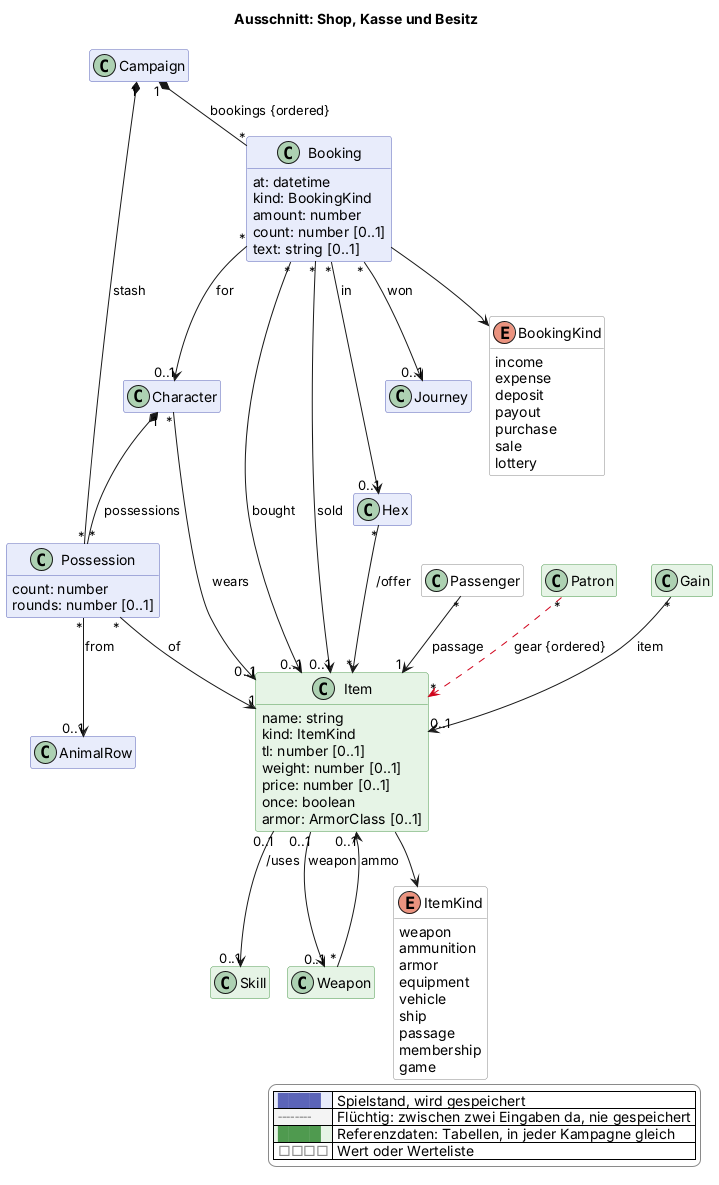
This is docs/views/shop.png from scuzzar/SRE, a PlantUML export, as it was before one commit. The source it was exported from:
```plantuml
@startuml
!if %not(%variable_exists("$change"))
!$change = "*"
!endif
!function $marked($c)
!return $change == "*" || $change == $c
!endfunction
!function $new($c, $t)
!if $marked($c)
!return "<color:#d0021b><b>" + $t + "</b></color>"
!endif
!return $t
!endfunction
!procedure $gone($c, $t)
!if $marked($c)
<color:#d0021b><s>$t</s></color>
!endif
!endprocedure
!function $newClass($c)
!if $marked($c)
!return "#line:d0021b;line.bold"
!endif
!return ""
!endfunction
!function $newArrow($c)
!if $marked($c)
!return "[#d0021b,bold]"
!endif
!return ""
!endfunction
!function $goneArrow($c)
!if $marked($c)
!return "[#d0021b,dashed]"
!endif
!return ""
!endfunction
!pragma layout smetana
title Ausschnitt: Shop, Kasse und Besitz
hide empty members
hide methods
skinparam classAttributeIconSize 0
skinparam shadowing false
skinparam packageStyle rectangle
skinparam class {
  BackgroundColor #e8ecfb
  BorderColor #5b64b8
  BackgroundColor<<transient>> #f4f4f4
  BorderColor<<transient>> #8a8a8a
  BackgroundColor<<reference>> #e6f4e6
  BorderColor<<reference>> #4f9a4f
  BackgroundColor<<value>> #ffffff
  BorderColor<<value>> #8a8a8a
}
skinparam legendBackgroundColor #ffffff
skinparam legendBorderColor #8a8a8a
<style>
classDiagram {
  class {
    .transient {
      LineStyle 5-3
    }
  }
}
</style>
hide <<transient>> stereotype
hide <<reference>> stereotype
hide <<value>> stereotype

  class Campaign $kampagne
  class Booking $shop {
    at: datetime
    kind: BookingKind
    amount: number
    count: number [0..1]
    text: string [0..1]
  }
  enum BookingKind <<value>> $shop {
    income
    expense
    deposit
    payout
    purchase
    sale
    lottery
  }
  class Character $charakter
  class Possession $shop {
    count: number
    rounds: number [0..1]
  }


  class Hex $sektor


  class Journey $reise
  class Passenger <<value>> $reise

  class Patron <<reference>> $begegnung
  class AnimalRow $begegnung

  class Skill <<reference>> $charakter
  class Gain <<reference>> $erschaffung
  class Item <<reference>> $shop {
    name: string
    kind: ItemKind
    tl: number [0..1]
    weight: number [0..1]
    price: number [0..1]
    once: boolean
    armor: ArmorClass [0..1]
  }
  class Weapon <<reference>> $kampf
  enum ItemKind <<value>> $shop {
    weapon
    ammunition
    armor
    equipment
    vehicle
    ship
    passage
    membership
    game
  }

Campaign "1" *-- "*" Booking : bookings {ordered}
Booking "*" --> "0..1" Character : for
Booking "*" --> "0..1" Item : bought
Booking "*" --> "0..1" Item : sold
Booking "*" --> "0..1" Hex : in
Booking --> BookingKind

Passenger "*" --> "1" Item : passage
Booking "*" --> "0..1" Journey : won


Gain "*" --> "0..1" Item : item


Character "1" *-- "*" Possession : possessions
Campaign "1" *-- "*" Possession : stash
Possession "*" --> "1" Item : of
Item --> ItemKind
Item "0..1" --> "0..1" Skill : /uses
Item "0..1" --> "0..1" Weapon : weapon

Weapon "*" --> "0..1" Item : ammo
Hex "*" --> "*" Item : /offer

Patron "*" -$goneArrow("2026-11-14b")-> "*" Item : gear {ordered}
Possession "*" --> "0..1" AnimalRow : from



Character "*" --> "0..1" Item : wears



legend right
  |<#e8ecfb> <color:#5b64b8>████</color> | Spielstand, wird gespeichert |
  |<#f4f4f4> <color:#8a8a8a>╌╌╌╌</color> | Flüchtig: zwischen zwei Eingaben da, nie gespeichert |
  |<#e6f4e6> <color:#4f9a4f>████</color> | Referenzdaten: Tabellen, in jeder Kampagne gleich |
  |<#ffffff> <color:#8a8a8a>□□□□</color> | Wert oder Werteliste |
endlegend
@enduml
```
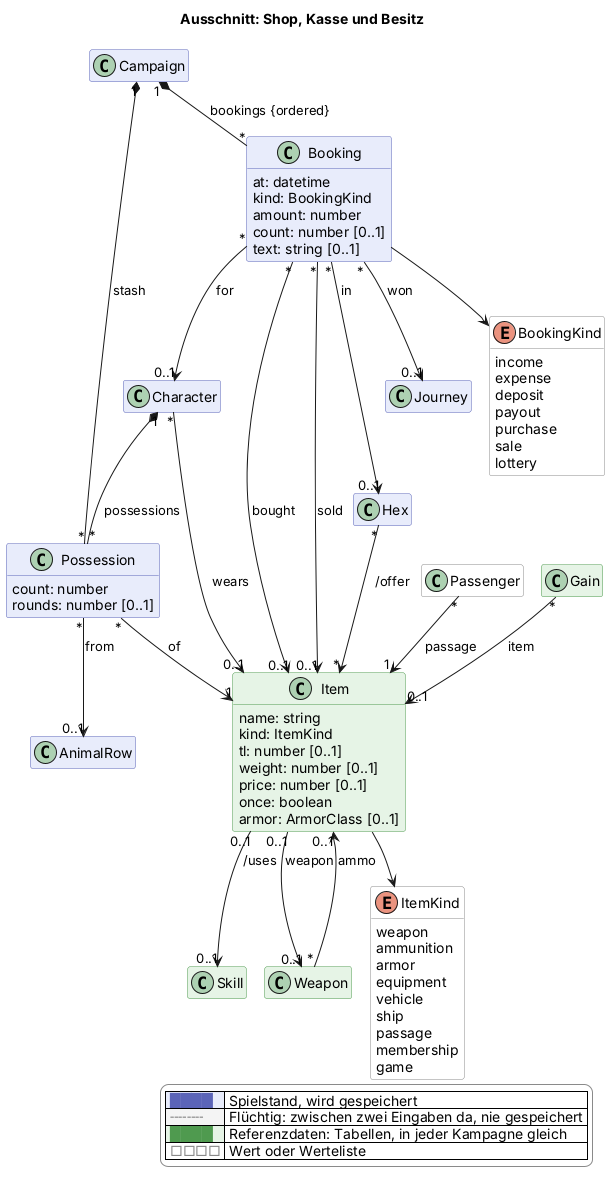
Above is the later version.

The edit, as a diff of the source:
```diff
@@ -96,7 +96,6 @@
   class Journey $reise
   class Passenger <<value>> $reise
 
-  class Patron <<reference>> $begegnung
   class AnimalRow $begegnung
 
   class Skill <<reference>> $charakter
@@ -147,7 +146,6 @@
 Weapon "*" --> "0..1" Item : ammo
 Hex "*" --> "*" Item : /offer
 
-Patron "*" -$goneArrow("2026-11-14b")-> "*" Item : gear {ordered}
 Possession "*" --> "0..1" AnimalRow : from
 
 
```
